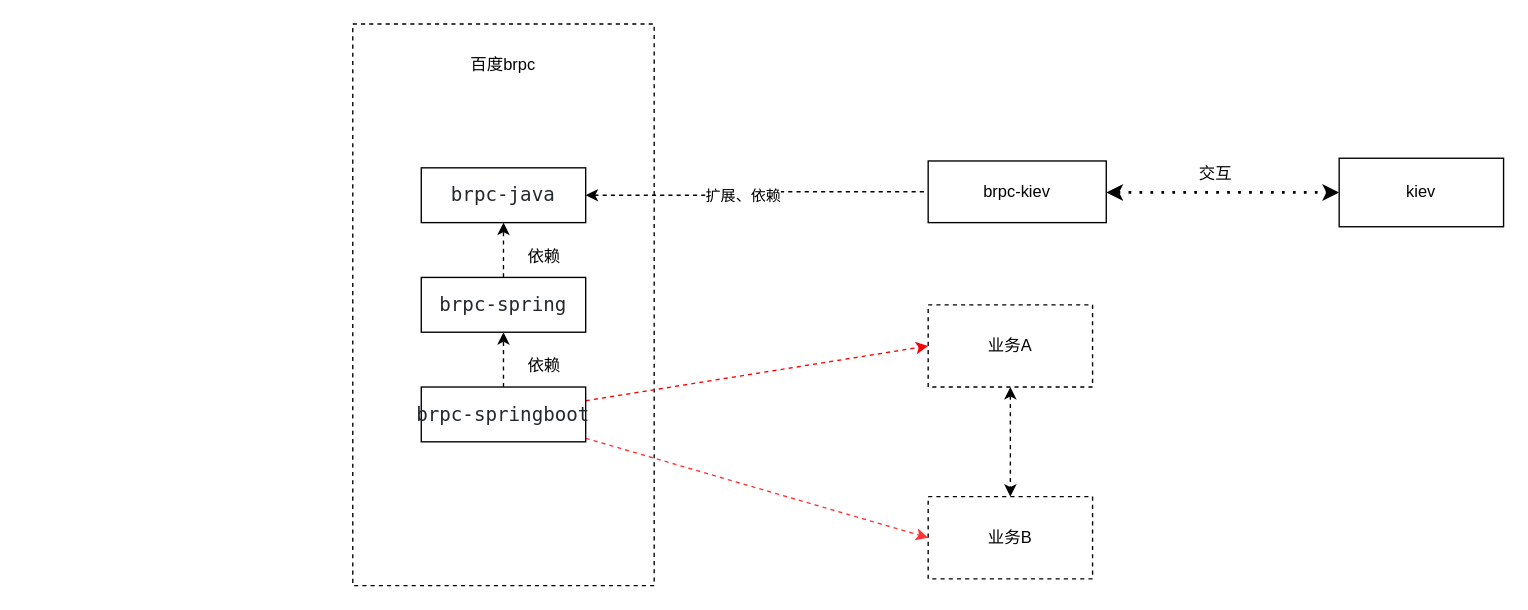
Before: diagram/未命名绘图.drawio in DogerRain/image, a draw.io diagram. Source tidied: cells renumbered, new cells numbered last; positions are measured from the earlier drawing's top-left corner, leaving out a move shared by most shapes. Both pictures are drawn from the tidied source at 137%, with x=0, y=0 at pixel (352, 23).
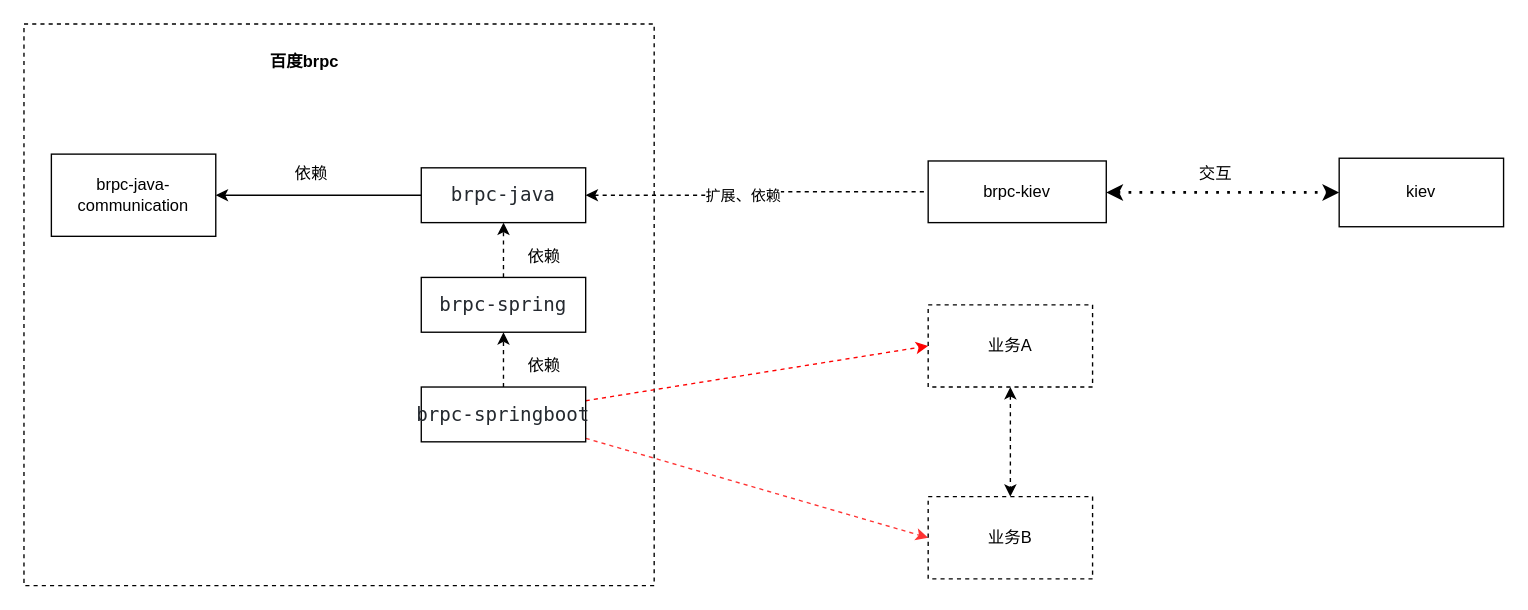
The same page after the edit.

Commit message:
更新未命名绘图.drawio

Unchanged cells that the change refers to:
```xml
<mxCell id="5" value="&lt;pre style=&quot;box-sizing: border-box; font-family: ui-monospace, SFMono-Regular, &amp;quot;SF Mono&amp;quot;, Menlo, Consolas, &amp;quot;Liberation Mono&amp;quot;, monospace; font-size: 14px; margin-top: 0px; margin-bottom: 0px; overflow-wrap: normal; padding: 16px; overflow: auto; line-height: 1.45; background-color: var(--color-canvas-subtle); border-radius: 6px; word-break: normal; color: rgb(36, 41, 47); text-align: start;&quot;&gt;brpc-java&lt;/pre&gt;" style="rounded=0;whiteSpace=wrap;html=1;" parent="1" vertex="1">
  <mxGeometry x="50" y="105" width="120" height="40" as="geometry" />
</mxCell>
```

What changed in the source:
```diff
@@
     <mxCell id="2" style="rounded=0;whiteSpace=wrap;html=1;dashed=1;" parent="1" vertex="1">
-      <mxGeometry width="220" height="410" as="geometry" />
+      <mxGeometry x="-240" width="460" height="410" as="geometry" />
     </mxCell>
@@
+    <mxCell id="22" style="edgeStyle=orthogonalEdgeStyle;rounded=0;jettySize=auto;html=1;" parent="1" edge="1" source="5" target="23">
+      <mxGeometry relative="1" as="geometry" />
+    </mxCell>
@@
-    <mxCell id="11" value="百度brpc" style="text;html=1;strokeColor=none;fillColor=none;align=center;verticalAlign=middle;whiteSpace=wrap;rounded=0;" parent="1" vertex="1">
-      <mxGeometry x="80" y="15" width="60" height="30" as="geometry" />
+    <mxCell id="11" value="百度brpc" style="text;html=1;strokeColor=none;fillColor=none;align=center;verticalAlign=middle;whiteSpace=wrap;rounded=0;fontStyle=1;" parent="1" vertex="1">
+      <mxGeometry x="-70" y="15" width="70" height="25" as="geometry" />
     </mxCell>
@@
+    <mxCell id="23" value="&lt;span style=&quot;font-size: 12px;&quot;&gt;brpc-java-communication&lt;/span&gt;" style="rounded=0;whiteSpace=wrap;html=1;" parent="1" vertex="1">
+      <mxGeometry x="-220" y="95" width="120" height="60" as="geometry" />
+    </mxCell>
+    <mxCell id="24" value="依赖" style="text;html=1;strokeColor=none;fillColor=none;align=center;verticalAlign=middle;whiteSpace=wrap;rounded=0;" parent="1" vertex="1">
+      <mxGeometry x="-60" y="95" width="60" height="30" as="geometry" />
+    </mxCell>
```
